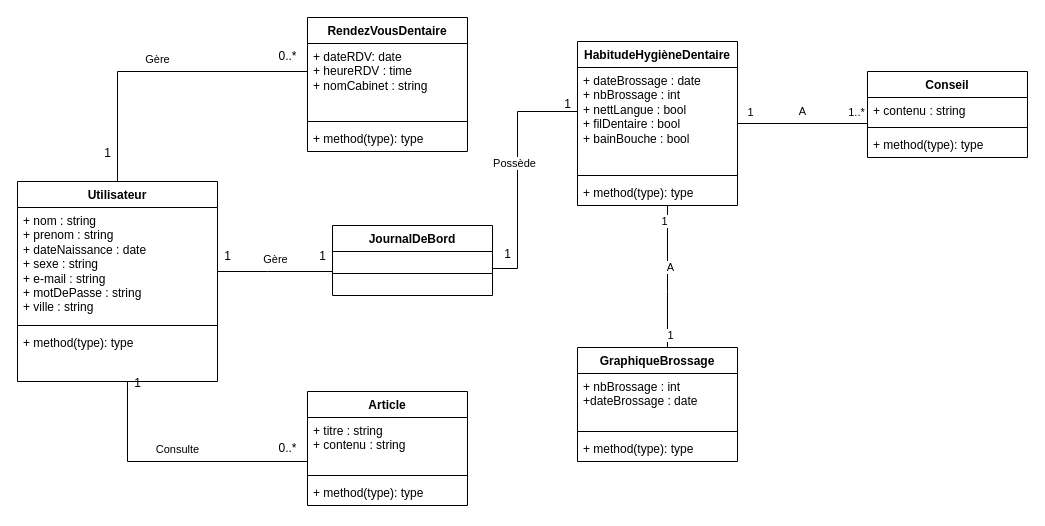
Earlier version of the draw.io diagram DocumentationProjet/DiagrammeClasse.drawio (snmkrtlms/ProjetSymfonySnm). Source tidied: cells renumbered, new cells numbered last; positions are measured from the earlier drawing's top-left corner, leaving out a move shared by most shapes. Both pictures are drawn from the tidied source at 100%, with x=0, y=0 at pixel (17, 17).
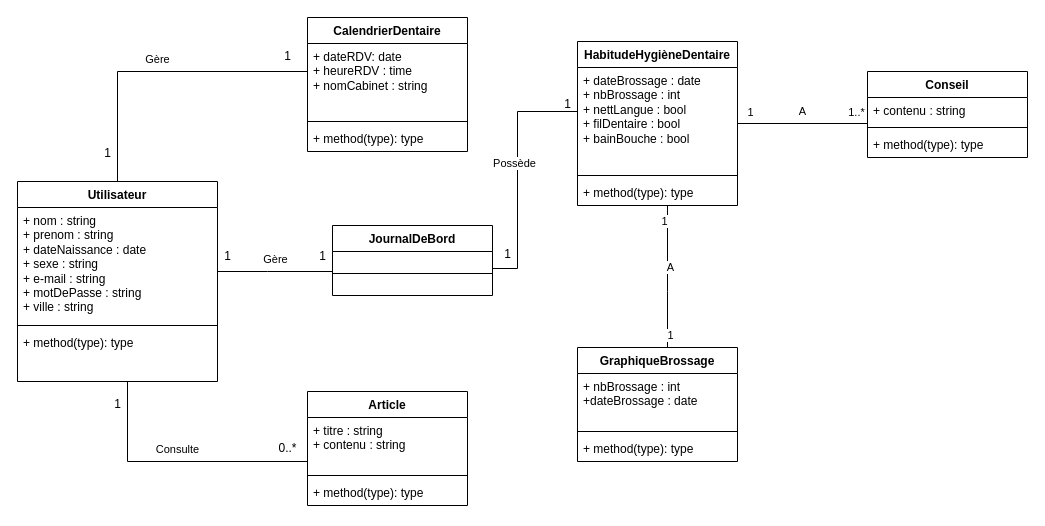
The same diagram, later.

Change to the diagram source:
```diff
@@
-    <mxCell id="6" value="RendezVousDentaire" style="swimlane;fontStyle=1;align=center;verticalAlign=top;horizontal=1;startSize=26;whiteSpace=wrap;html=1;" parent="1" vertex="1">
+    <mxCell id="6" value="CalendrierDentaire" style="swimlane;fontStyle=1;align=center;verticalAlign=top;horizontal=1;startSize=26;whiteSpace=wrap;html=1;" parent="1" vertex="1">
       <mxGeometry x="290" width="160" height="134" as="geometry" />
     </mxCell>
@@
-    <mxCell id="29" value="0..*" style="text;html=1;align=center;verticalAlign=middle;strokeColor=none;fillColor=none;" parent="1" vertex="1">
-      <mxGeometry x="250" y="24" width="40" height="30" as="geometry" />
+    <mxCell id="29" value="1" style="text;html=1;align=center;verticalAlign=middle;strokeColor=none;fillColor=none;" parent="1" vertex="1">
+      <mxGeometry x="255" y="24" width="30" height="30" as="geometry" />
     </mxCell>
@@
     <mxCell id="33" value="1" style="text;html=1;align=center;verticalAlign=middle;strokeColor=none;fillColor=none;" parent="1" vertex="1">
-      <mxGeometry x="105" y="351" width="30" height="30" as="geometry" />
+      <mxGeometry x="85" y="372" width="30" height="30" as="geometry" />
     </mxCell>
```
